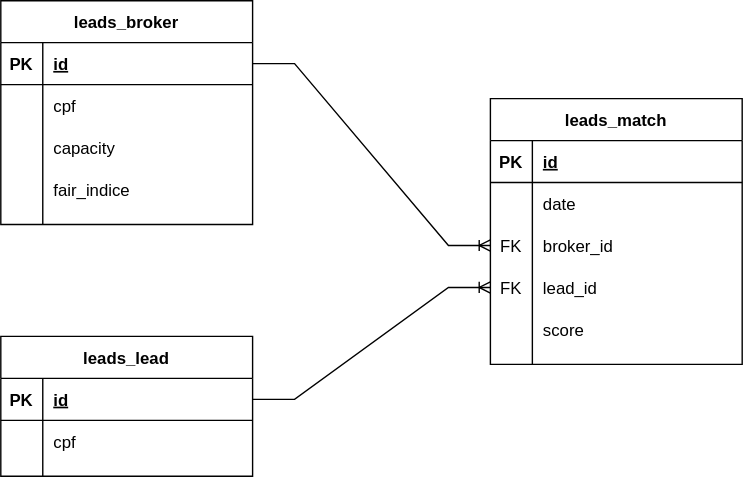
This is leads_database.svg from juanengml/leads_old, a draw.io export, as it was before one commit. Source tidied: cells renumbered, new cells last; positions are measured from the earlier drawing's top-left corner, leaving out a move shared by most shapes. Source of this version:
```xml
<mxGraphModel>
  <root>
    <mxCell id="0" />
    <mxCell id="1" parent="0" />
    <mxCell id="2" value="leads_broker" style="shape=table;startSize=30;rowLines=0;fontStyle=1;align=center;" parent="1" vertex="1">
      <mxGeometry width="180" height="160" as="geometry" />
    </mxCell>
    <mxCell id="3" style="shape=partialRectangle;fillColor=none;top=0;left=0;bottom=1;right=0;points=[[0,0.5],[1,0.5]];portConstraint=eastwest;" parent="2" vertex="1">
      <mxGeometry y="30" width="180" height="30" as="geometry" />
    </mxCell>
    <mxCell id="4" value="PK" style="shape=partialRectangle;fillColor=none;top=0;left=0;bottom=0;right=0;fontStyle=1;overflow=hidden;" parent="3" vertex="1">
      <mxGeometry width="30" height="30" as="geometry" />
    </mxCell>
    <mxCell id="5" value="id" style="shape=partialRectangle;fillColor=none;top=0;left=0;bottom=0;right=0;align=left;spacingLeft=6;fontStyle=5;overflow=hidden;" parent="3" vertex="1">
      <mxGeometry x="30" width="150" height="30" as="geometry" />
    </mxCell>
    <mxCell id="6" style="shape=partialRectangle;fillColor=none;top=0;left=0;bottom=0;right=0;" parent="2" vertex="1">
      <mxGeometry y="60" width="180" height="30" as="geometry" />
    </mxCell>
    <mxCell id="7" style="shape=partialRectangle;fillColor=none;top=0;left=0;bottom=0;right=0;overflow=hidden;" parent="6" vertex="1">
      <mxGeometry width="30" height="30" as="geometry" />
    </mxCell>
    <mxCell id="8" value="cpf" style="shape=partialRectangle;fillColor=none;top=0;left=0;bottom=0;right=0;align=left;spacingLeft=6;overflow=hidden;" parent="6" vertex="1">
      <mxGeometry x="30" width="150" height="30" as="geometry" />
    </mxCell>
    <mxCell id="9" style="shape=partialRectangle;fillColor=none;top=0;left=0;bottom=0;right=0;" parent="2" vertex="1">
      <mxGeometry y="90" width="180" height="30" as="geometry" />
    </mxCell>
    <mxCell id="10" style="shape=partialRectangle;fillColor=none;top=0;left=0;bottom=0;right=0;overflow=hidden;" parent="9" vertex="1">
      <mxGeometry width="30" height="30" as="geometry" />
    </mxCell>
    <mxCell id="11" value="capacity" style="shape=partialRectangle;fillColor=none;top=0;left=0;bottom=0;right=0;align=left;spacingLeft=6;overflow=hidden;" parent="9" vertex="1">
      <mxGeometry x="30" width="150" height="30" as="geometry" />
    </mxCell>
    <mxCell id="12" style="shape=partialRectangle;fillColor=none;top=0;left=0;bottom=0;right=0;" parent="2" vertex="1">
      <mxGeometry y="120" width="180" height="30" as="geometry" />
    </mxCell>
    <mxCell id="13" style="shape=partialRectangle;fillColor=none;top=0;left=0;bottom=0;right=0;overflow=hidden;" parent="12" vertex="1">
      <mxGeometry width="30" height="30" as="geometry" />
    </mxCell>
    <mxCell id="14" value="fair_indice" style="shape=partialRectangle;fillColor=none;top=0;left=0;bottom=0;right=0;align=left;spacingLeft=6;overflow=hidden;" parent="12" vertex="1">
      <mxGeometry x="30" width="150" height="30" as="geometry" />
    </mxCell>
    <mxCell id="15" value="leads_match" style="shape=table;startSize=30;rowLines=0;fontStyle=1;align=center;" parent="1" vertex="1">
      <mxGeometry x="350" y="70" width="180" height="190" as="geometry" />
    </mxCell>
    <mxCell id="16" style="shape=partialRectangle;fillColor=none;top=0;left=0;bottom=1;right=0;" parent="15" vertex="1">
      <mxGeometry y="30" width="180" height="30" as="geometry" />
    </mxCell>
    <mxCell id="17" value="PK" style="shape=partialRectangle;fillColor=none;top=0;left=0;bottom=0;right=0;fontStyle=1;overflow=hidden;" parent="16" vertex="1">
      <mxGeometry width="30" height="30" as="geometry" />
    </mxCell>
    <mxCell id="18" value="id" style="shape=partialRectangle;fillColor=none;top=0;left=0;bottom=0;right=0;align=left;spacingLeft=6;fontStyle=5;overflow=hidden;" parent="16" vertex="1">
      <mxGeometry x="30" width="150" height="30" as="geometry" />
    </mxCell>
    <mxCell id="19" style="shape=partialRectangle;fillColor=none;top=0;left=0;bottom=0;right=0;" parent="15" vertex="1">
      <mxGeometry y="60" width="180" height="30" as="geometry" />
    </mxCell>
    <mxCell id="20" style="shape=partialRectangle;fillColor=none;top=0;left=0;bottom=0;right=0;overflow=hidden;" parent="19" vertex="1">
      <mxGeometry width="30" height="30" as="geometry" />
    </mxCell>
    <mxCell id="21" value="date" style="shape=partialRectangle;fillColor=none;top=0;left=0;bottom=0;right=0;align=left;spacingLeft=6;overflow=hidden;" parent="19" vertex="1">
      <mxGeometry x="30" width="150" height="30" as="geometry" />
    </mxCell>
    <mxCell id="22" style="shape=partialRectangle;fillColor=none;top=0;left=0;bottom=0;right=0;points=[[0,0.5],[1,0.5]];portConstraint=eastwest;" parent="15" vertex="1">
      <mxGeometry y="90" width="180" height="30" as="geometry" />
    </mxCell>
    <mxCell id="23" value="FK" style="shape=partialRectangle;fillColor=none;top=0;left=0;bottom=0;right=0;fontStyle=0;overflow=hidden;" parent="22" vertex="1">
      <mxGeometry width="30" height="30" as="geometry" />
    </mxCell>
    <mxCell id="24" value="broker_id" style="shape=partialRectangle;fillColor=none;top=0;left=0;bottom=0;right=0;align=left;spacingLeft=6;fontStyle=0;overflow=hidden;" parent="22" vertex="1">
      <mxGeometry x="30" width="150" height="30" as="geometry" />
    </mxCell>
    <mxCell id="25" style="shape=partialRectangle;fillColor=none;top=0;left=0;bottom=0;right=0;points=[[0,0.5],[1,0.5]];portConstraint=eastwest;" parent="15" vertex="1">
      <mxGeometry y="120" width="180" height="30" as="geometry" />
    </mxCell>
    <mxCell id="26" value="FK" style="shape=partialRectangle;fillColor=none;top=0;left=0;bottom=0;right=0;fontStyle=0;overflow=hidden;" parent="25" vertex="1">
      <mxGeometry width="30" height="30" as="geometry" />
    </mxCell>
    <mxCell id="27" value="lead_id" style="shape=partialRectangle;fillColor=none;top=0;left=0;bottom=0;right=0;align=left;spacingLeft=6;fontStyle=0;overflow=hidden;" parent="25" vertex="1">
      <mxGeometry x="30" width="150" height="30" as="geometry" />
    </mxCell>
    <mxCell id="28" style="shape=partialRectangle;fillColor=none;top=0;left=0;bottom=0;right=0;" parent="15" vertex="1">
      <mxGeometry y="150" width="180" height="30" as="geometry" />
    </mxCell>
    <mxCell id="29" style="shape=partialRectangle;fillColor=none;top=0;left=0;bottom=0;right=0;overflow=hidden;" parent="28" vertex="1">
      <mxGeometry width="30" height="30" as="geometry" />
    </mxCell>
    <mxCell id="30" value="score" style="shape=partialRectangle;fillColor=none;top=0;left=0;bottom=0;right=0;align=left;spacingLeft=6;overflow=hidden;" parent="28" vertex="1">
      <mxGeometry x="30" width="150" height="30" as="geometry" />
    </mxCell>
    <mxCell id="31" value="leads_lead" style="shape=table;startSize=30;rowLines=0;fontStyle=1;align=center;" parent="1" vertex="1">
      <mxGeometry y="240" width="180" height="100" as="geometry" />
    </mxCell>
    <mxCell id="32" style="shape=partialRectangle;fillColor=none;top=0;left=0;bottom=1;right=0;points=[[0,0.5],[1,0.5]];portConstraint=eastwest;" parent="31" vertex="1">
      <mxGeometry y="30" width="180" height="30" as="geometry" />
    </mxCell>
    <mxCell id="33" value="PK" style="shape=partialRectangle;fillColor=none;top=0;left=0;bottom=0;right=0;fontStyle=1;overflow=hidden;" parent="32" vertex="1">
      <mxGeometry width="30" height="30" as="geometry" />
    </mxCell>
    <mxCell id="34" value="id" style="shape=partialRectangle;fillColor=none;top=0;left=0;bottom=0;right=0;align=left;spacingLeft=6;fontStyle=5;overflow=hidden;" parent="32" vertex="1">
      <mxGeometry x="30" width="150" height="30" as="geometry" />
    </mxCell>
    <mxCell id="35" style="shape=partialRectangle;fillColor=none;top=0;left=0;bottom=0;right=0;" parent="31" vertex="1">
      <mxGeometry y="60" width="180" height="30" as="geometry" />
    </mxCell>
    <mxCell id="36" style="shape=partialRectangle;fillColor=none;top=0;left=0;bottom=0;right=0;overflow=hidden;" parent="35" vertex="1">
      <mxGeometry width="30" height="30" as="geometry" />
    </mxCell>
    <mxCell id="37" value="cpf" style="shape=partialRectangle;fillColor=none;top=0;left=0;bottom=0;right=0;align=left;spacingLeft=6;overflow=hidden;" parent="35" vertex="1">
      <mxGeometry x="30" width="150" height="30" as="geometry" />
    </mxCell>
    <mxCell id="38" style="edgeStyle=entityRelationEdgeStyle;fontSize=12;html=1;endArrow=ERoneToMany;rounded=0;exitX=1;exitY=0.5;exitDx=0;exitDy=0;entryX=0;entryY=0.5;entryDx=0;entryDy=0;" parent="1" edge="1" source="3" target="22">
      <mxGeometry relative="1" as="geometry" />
    </mxCell>
    <mxCell id="39" style="edgeStyle=entityRelationEdgeStyle;fontSize=12;html=1;endArrow=ERoneToMany;rounded=0;entryX=0;entryY=0.5;entryDx=0;entryDy=0;exitX=1;exitY=0.5;exitDx=0;exitDy=0;" parent="1" edge="1" source="32" target="25">
      <mxGeometry relative="1" as="geometry" />
    </mxCell>
  </root>
</mxGraphModel>
```
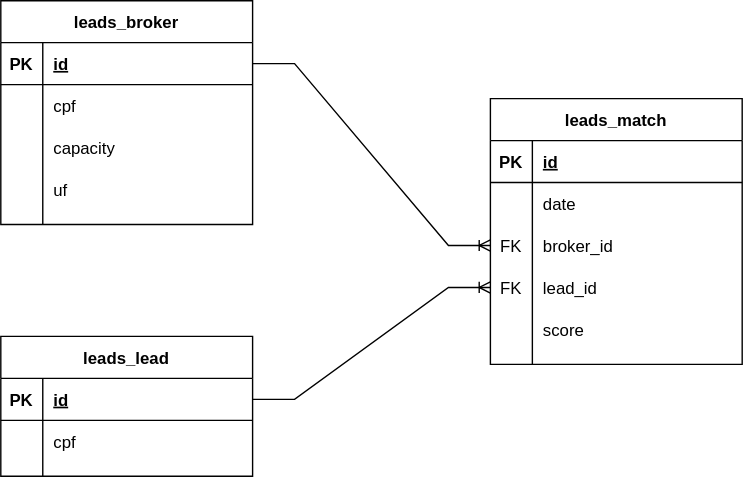
After the commit.

What changed in the source:
```diff
@@ -38,9 +38,9 @@
     <mxCell id="13" style="shape=partialRectangle;fillColor=none;top=0;left=0;bottom=0;right=0;overflow=hidden;" parent="12" vertex="1">
       <mxGeometry width="30" height="30" as="geometry" />
     </mxCell>
-    <mxCell id="14" value="fair_indice" style="shape=partialRectangle;fillColor=none;top=0;left=0;bottom=0;right=0;align=left;spacingLeft=6;overflow=hidden;" parent="12" vertex="1">
-      <mxGeometry x="30" width="150" height="30" as="geometry" />
-    </mxCell>
+    <mxCell id="40" value="uf" style="shape=partialRectangle;fillColor=none;top=0;left=0;bottom=0;right=0;align=left;spacingLeft=6;overflow=hidden;" parent="12" vertex="1">
+      <mxGeometry x="30" width="150" height="30" as="geometry" />
+    </mxCell>
     <mxCell id="15" value="leads_match" style="shape=table;startSize=30;rowLines=0;fontStyle=1;align=center;" parent="1" vertex="1">
       <mxGeometry x="350" y="70" width="180" height="190" as="geometry" />
     </mxCell>
```
